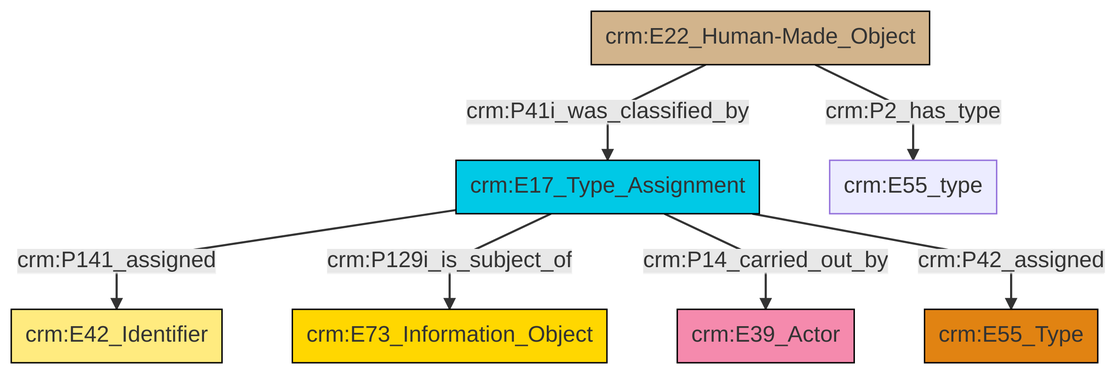
swiss-art-research-net/docs.swissartresearch keeps this Mermaid diagram as et/builtWorkCSV/ttl/mmd/png/Built_Work_designation_status.png. Above is the earlier version. Its source is kept beside it as et/builtWorkCSV/ttl/mmd/Built_Work_designation_status.ttl.mmd.
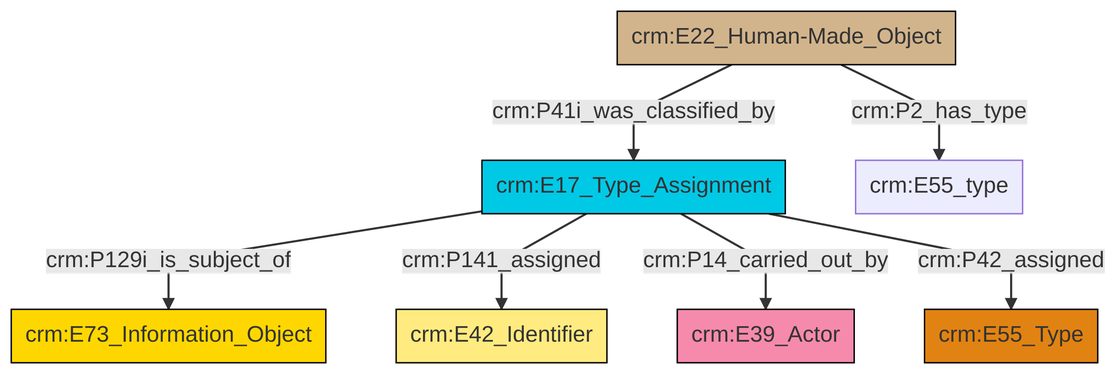
After the commit.

What changed in the source:
```diff
@@ -13,9 +13,9 @@
 classDef PC_Classes fill:#4ce600, stroke:#000000;
 classDef Multi fill:#cccccc,stroke:#000000;
 
-0["crm:E22_Human-Made_Object"]:::Physical_Thing -->|crm:P41i_was_classified_by| 1["crm:E17_Type_Assignment"]:::Temporal_Entity
-1["crm:E17_Type_Assignment"]:::Temporal_Entity -->|crm:P141_assigned| 3["crm:E42_Identifier"]:::Appellation
-1["crm:E17_Type_Assignment"]:::Temporal_Entity -->|crm:P129i_is_subject_of| 7["crm:E73_Information_Object"]:::Conceptual_Object
-1["crm:E17_Type_Assignment"]:::Temporal_Entity -->|crm:P14_carried_out_by| 8["crm:E39_Actor"]:::Actor
-1["crm:E17_Type_Assignment"]:::Temporal_Entity -->|crm:P42_assigned| 10["crm:E55_Type"]:::Type
-0["crm:E22_Human-Made_Object"]:::Physical_Thing -->|crm:P2_has_type| 5["crm:E55_type"]:::Default
+4["crm:E22_Human-Made_Object"]:::Physical_Thing -->|crm:P41i_was_classified_by| 6["crm:E17_Type_Assignment"]:::Temporal_Entity
+6["crm:E17_Type_Assignment"]:::Temporal_Entity -->|crm:P129i_is_subject_of| 0["crm:E73_Information_Object"]:::Conceptual_Object
+6["crm:E17_Type_Assignment"]:::Temporal_Entity -->|crm:P141_assigned| 2["crm:E42_Identifier"]:::Appellation
+6["crm:E17_Type_Assignment"]:::Temporal_Entity -->|crm:P14_carried_out_by| 12["crm:E39_Actor"]:::Actor
+6["crm:E17_Type_Assignment"]:::Temporal_Entity -->|crm:P42_assigned| 7["crm:E55_Type"]:::Type
+4["crm:E22_Human-Made_Object"]:::Physical_Thing -->|crm:P2_has_type| 9["crm:E55_type"]:::Default
```
